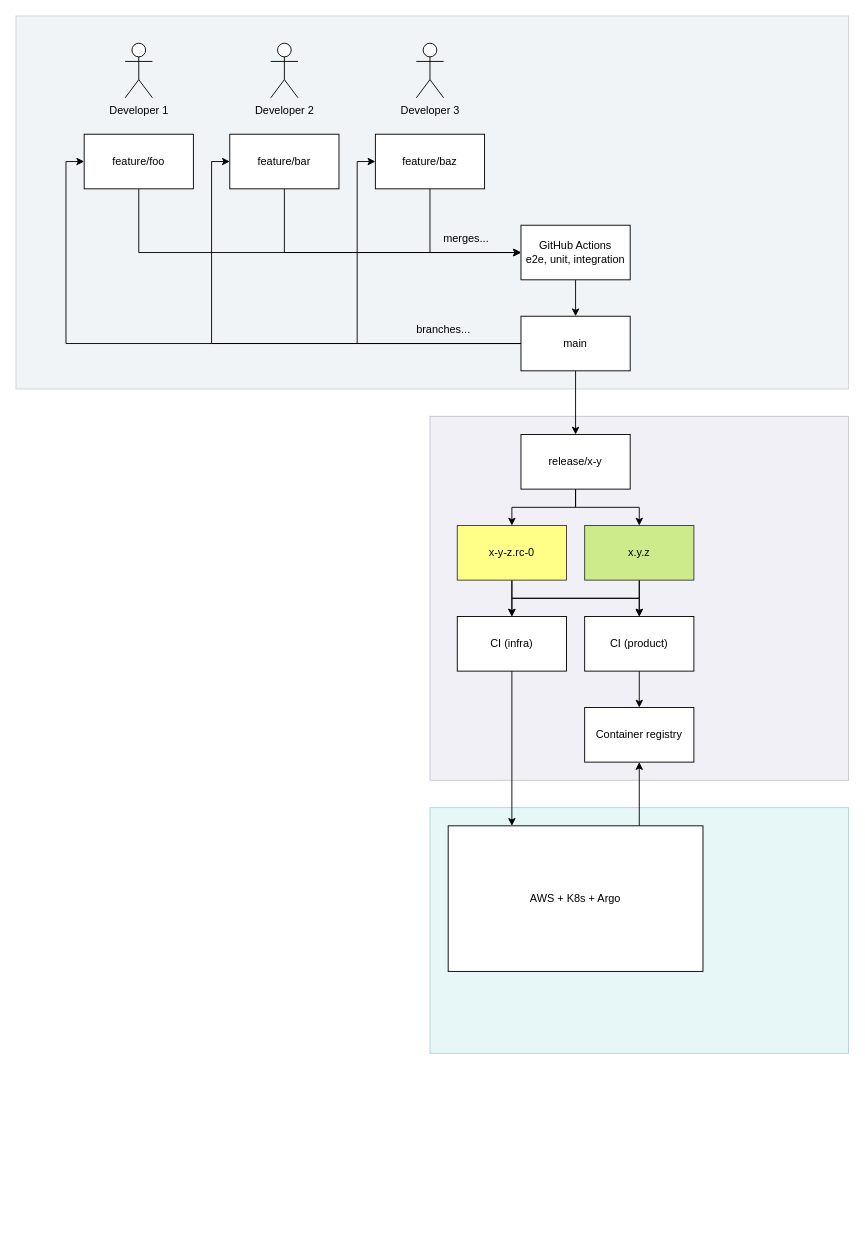
sundeka/gitops-demo keeps this draw.io diagram as docs/tuote.drawio. Above is the earlier version. Source tidied: cells renumbered, new cells numbered last; positions are measured from the earlier drawing's top-left corner, leaving out a move shared by most shapes. Both pictures are drawn from the tidied source at 91%, with x=0, y=0 at pixel (15, 15).
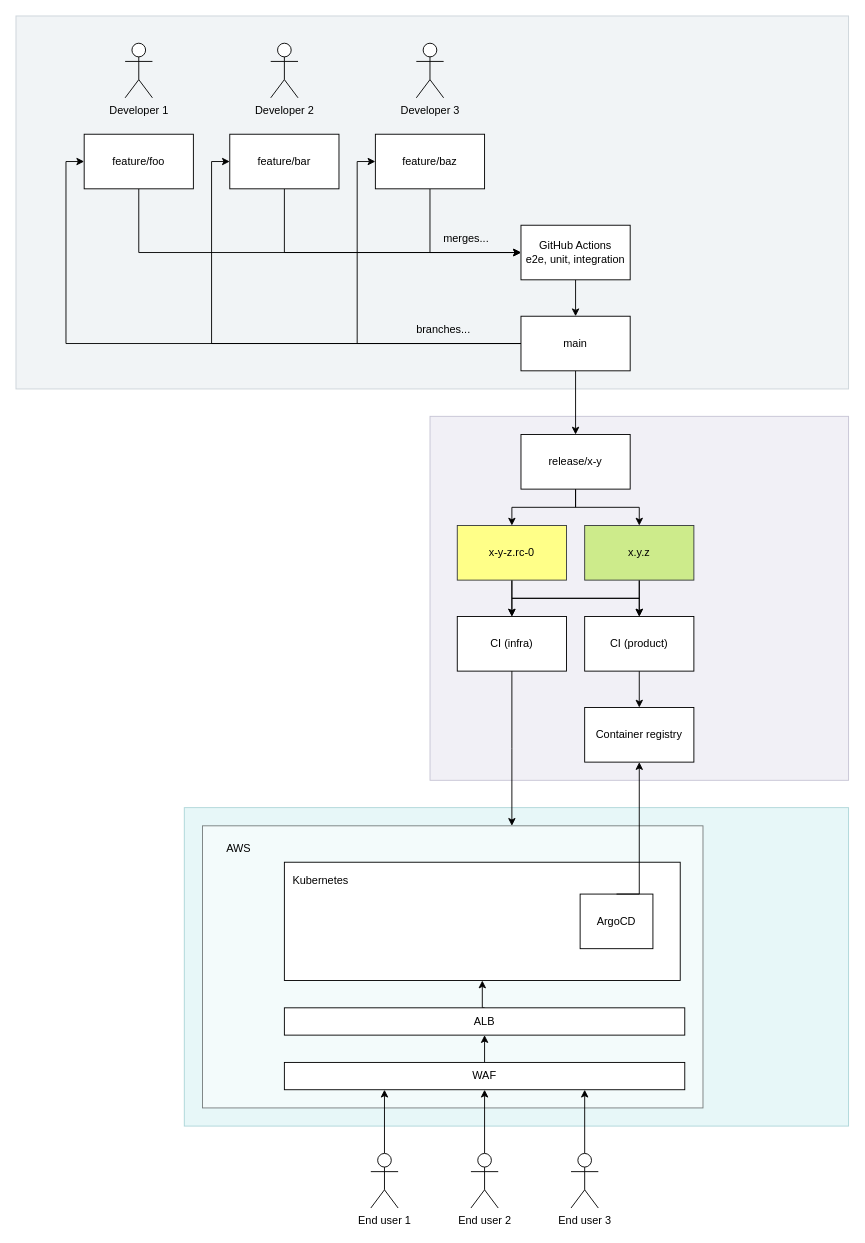
The same diagram, later.

Commit message (it also covers changes not shown here):
update architecture document

Unchanged cells that the change refers to:
```xml
<mxCell id="31" value="CI (infra)" style="rounded=0;whiteSpace=wrap;html=1;" parent="1" vertex="1">
  <mxGeometry x="485" y="660" width="120" height="60" as="geometry" />
</mxCell>
<mxCell id="32" value="Container registry" style="rounded=0;whiteSpace=wrap;html=1;" parent="1" vertex="1">
  <mxGeometry x="625" y="760" width="120" height="60" as="geometry" />
</mxCell>
```

Change to the diagram source:
```diff
@@
     <mxCell id="2" style="rounded=0;whiteSpace=wrap;html=1;fillColor=#b0e3e6;strokeColor=#0e8088;opacity=30;" parent="1" vertex="1">
-      <mxGeometry x="455" y="870" width="460" height="270" as="geometry" />
+      <mxGeometry x="185" y="870" width="730" height="350" as="geometry" />
     </mxCell>
@@
-    <mxCell id="30" style="edgeStyle=orthogonalEdgeStyle;rounded=0;jettySize=auto;html=1;exitX=0.5;exitY=1;exitDx=0;exitDy=0;entryX=0.25;entryY=0;entryDx=0;entryDy=0;" parent="1" edge="1" source="31" target="34">
-      <mxGeometry relative="1" as="geometry" />
-    </mxCell>
@@
-    <mxCell id="33" style="edgeStyle=orthogonalEdgeStyle;rounded=0;jettySize=auto;html=1;exitX=0.75;exitY=0;exitDx=0;exitDy=0;entryX=0.5;entryY=1;entryDx=0;entryDy=0;" parent="1" edge="1" source="34" target="32">
-      <mxGeometry relative="1" as="geometry" />
-    </mxCell>
-    <mxCell id="34" value="AWS + K8s + Argo" style="rounded=0;whiteSpace=wrap;html=1;" parent="1" vertex="1">
-      <mxGeometry x="475" y="890" width="280" height="160" as="geometry" />
+    <mxCell id="34" style="rounded=0;whiteSpace=wrap;html=1;opacity=50;" parent="1" vertex="1">
+      <mxGeometry x="205" y="890" width="550" height="310" as="geometry" />
     </mxCell>
@@
+    <mxCell id="39" value="AWS" style="text;html=1;whiteSpace=wrap;strokeColor=none;fillColor=none;align=center;verticalAlign=middle;rounded=0;" parent="1" vertex="1">
+      <mxGeometry x="215" y="900" width="60" height="30" as="geometry" />
+    </mxCell>
+    <mxCell id="40" style="rounded=0;whiteSpace=wrap;html=1;" parent="1" vertex="1">
+      <mxGeometry x="295" y="930" width="435" height="130" as="geometry" />
+    </mxCell>
+    <mxCell id="41" value="Kubernetes" style="text;html=1;whiteSpace=wrap;strokeColor=none;fillColor=none;align=center;verticalAlign=middle;rounded=0;" parent="1" vertex="1">
+      <mxGeometry x="305" y="935" width="60" height="30" as="geometry" />
+    </mxCell>
+    <mxCell id="42" value="ArgoCD" style="rounded=0;whiteSpace=wrap;html=1;" parent="1" vertex="1">
+      <mxGeometry x="620" y="965" width="80" height="60" as="geometry" />
+    </mxCell>
+    <mxCell id="43" style="edgeStyle=orthogonalEdgeStyle;rounded=0;jettySize=auto;html=1;exitX=0.5;exitY=1;exitDx=0;exitDy=0;" parent="1" edge="1" source="31">
+      <mxGeometry relative="1" as="geometry">
+        <mxPoint x="545" y="890" as="targetPoint" />
+      </mxGeometry>
+    </mxCell>
+    <mxCell id="44" style="edgeStyle=orthogonalEdgeStyle;rounded=0;jettySize=auto;html=1;exitX=0.5;exitY=1;exitDx=0;exitDy=0;entryX=0.5;entryY=0;entryDx=0;entryDy=0;startArrow=classic;startFill=1;endArrow=none;endFill=0;" parent="1" edge="1" source="32" target="42">
+      <mxGeometry relative="1" as="geometry">
+        <Array as="points">
+          <mxPoint x="685" y="965" />
+        </Array>
+      </mxGeometry>
+    </mxCell>
+    <mxCell id="45" style="edgeStyle=orthogonalEdgeStyle;rounded=0;jettySize=auto;html=1;exitX=0.5;exitY=0;exitDx=0;exitDy=0;entryX=0.5;entryY=1;entryDx=0;entryDy=0;" parent="1" edge="1" source="46" target="48">
+      <mxGeometry relative="1" as="geometry" />
+    </mxCell>
+    <mxCell id="46" value="WAF" style="rounded=0;whiteSpace=wrap;html=1;" parent="1" vertex="1">
+      <mxGeometry x="295" y="1150" width="440" height="30" as="geometry" />
+    </mxCell>
+    <mxCell id="47" style="edgeStyle=orthogonalEdgeStyle;rounded=0;jettySize=auto;html=1;exitX=0.5;exitY=0;exitDx=0;exitDy=0;entryX=0.5;entryY=1;entryDx=0;entryDy=0;" parent="1" edge="1" source="48" target="40">
+      <mxGeometry relative="1" as="geometry" />
+    </mxCell>
+    <mxCell id="48" value="ALB" style="rounded=0;whiteSpace=wrap;html=1;" parent="1" vertex="1">
+      <mxGeometry x="295" y="1090" width="440" height="30" as="geometry" />
+    </mxCell>
+    <mxCell id="49" style="edgeStyle=orthogonalEdgeStyle;rounded=0;jettySize=auto;html=1;entryX=0.25;entryY=1;entryDx=0;entryDy=0;" parent="1" edge="1" source="50" target="46">
+      <mxGeometry relative="1" as="geometry" />
+    </mxCell>
+    <mxCell id="50" value="End user 1" style="shape=umlActor;verticalLabelPosition=bottom;verticalAlign=top;html=1;outlineConnect=0;" parent="1" vertex="1">
+      <mxGeometry x="390" y="1250" width="30" height="60" as="geometry" />
+    </mxCell>
+    <mxCell id="51" style="edgeStyle=orthogonalEdgeStyle;rounded=0;jettySize=auto;html=1;" parent="1" edge="1" source="52" target="46">
+      <mxGeometry relative="1" as="geometry" />
+    </mxCell>
+    <mxCell id="52" value="&lt;div&gt;End user 2&lt;/div&gt;" style="shape=umlActor;verticalLabelPosition=bottom;verticalAlign=top;html=1;outlineConnect=0;" parent="1" vertex="1">
+      <mxGeometry x="500" y="1250" width="30" height="60" as="geometry" />
+    </mxCell>
+    <mxCell id="53" style="edgeStyle=orthogonalEdgeStyle;rounded=0;jettySize=auto;html=1;entryX=0.75;entryY=1;entryDx=0;entryDy=0;" parent="1" edge="1" source="54" target="46">
+      <mxGeometry relative="1" as="geometry" />
+    </mxCell>
+    <mxCell id="54" value="End user 3" style="shape=umlActor;verticalLabelPosition=bottom;verticalAlign=top;html=1;outlineConnect=0;" parent="1" vertex="1">
+      <mxGeometry x="610" y="1250" width="30" height="60" as="geometry" />
+    </mxCell>
```
